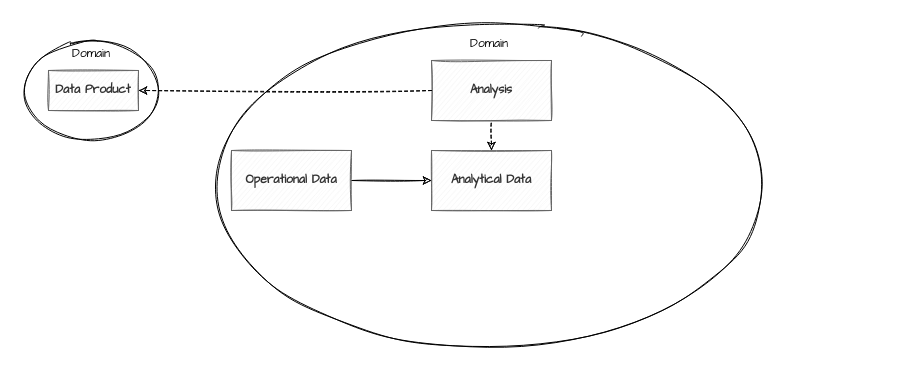
datamesh-architecture/datamesh-architecture.com keeps this draw.io diagram as diagrams/domainteamjourney_level3.drawio. Above is the earlier version. Source tidied: cells renumbered, new cells numbered last; positions are measured from the earlier drawing's top-left corner, leaving out a move shared by most shapes. Both pictures are drawn from the tidied source at 100%, with x=0, y=0 at pixel (17, 17).
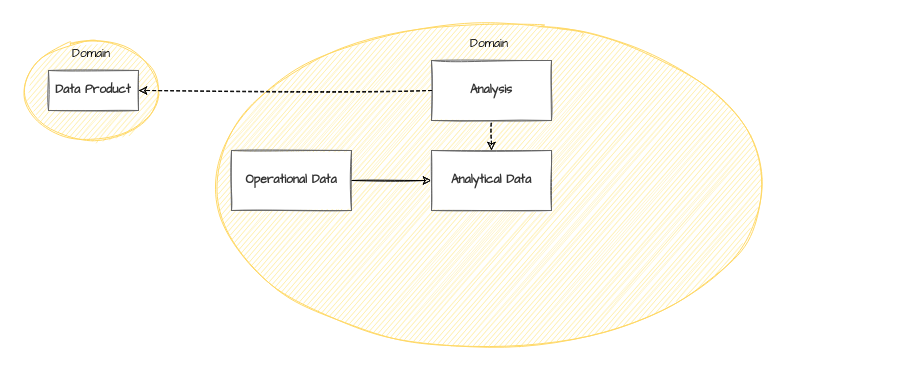
The same page after the edit.

What changed in the source:
```diff
@@
 <mxGraphModel>
   <root>
     <mxCell id="0" />
     <mxCell id="1" parent="0" />
     <mxCell id="2" style="rounded=0;whiteSpace=wrap;html=1;fillColor=none;strokeColor=none;sketch=1;fontFamily=Architects Daughter;" parent="1" vertex="1">
       <mxGeometry width="889" height="337" as="geometry" />
     </mxCell>
-    <mxCell id="3" value="Domain" style="ellipse;whiteSpace=wrap;html=1;verticalAlign=top;sketch=1;fontFamily=Architects Daughter;" parent="1" vertex="1">
+    <mxCell id="3" value="Domain" style="ellipse;whiteSpace=wrap;html=1;verticalAlign=top;sketch=1;fontFamily=Architects Daughter;strokeColor=#FFD966;fillColor=#FFEB99;" parent="1" vertex="1">
       <mxGeometry x="184" y="13" width="575.5" height="310" as="geometry" />
     </mxCell>
     <mxCell id="4" style="edgeStyle=orthogonalEdgeStyle;rounded=0;jettySize=auto;html=1;startArrow=classic;startFill=1;endArrow=none;endFill=0;exitX=0;exitY=0.5;exitDx=0;exitDy=0;sketch=1;fontFamily=Architects Daughter;" parent="1" edge="1" source="8" target="5">
       <mxGeometry relative="1" as="geometry" />
     </mxCell>
-    <mxCell id="5" value="Operational Data" style="rounded=0;whiteSpace=wrap;html=1;fillColor=#f5f5f5;fontColor=#333333;strokeColor=#666666;fontStyle=1;sketch=1;fontFamily=Architects Daughter;" parent="1" vertex="1">
+    <mxCell id="5" value="Operational Data" style="rounded=0;whiteSpace=wrap;html=1;fillColor=#FFFFFF;fontColor=#333333;strokeColor=#666666;fontStyle=1;sketch=1;fontFamily=Architects Daughter;fillStyle=solid;" parent="1" vertex="1">
       <mxGeometry x="214" y="133" width="120" height="60" as="geometry" />
     </mxCell>
-    <mxCell id="6" value="Analysis" style="rounded=0;whiteSpace=wrap;html=1;fillColor=#f5f5f5;fontColor=#333333;strokeColor=#666666;fontStyle=1;sketch=1;fontFamily=Architects Daughter;" parent="1" vertex="1">
+    <mxCell id="6" value="Analysis" style="rounded=0;whiteSpace=wrap;html=1;fillColor=#FFFFFF;fontColor=#333333;strokeColor=#666666;fontStyle=1;sketch=1;fontFamily=Architects Daughter;fillStyle=solid;" parent="1" vertex="1">
       <mxGeometry x="414" y="43" width="120" height="60" as="geometry" />
     </mxCell>
     <mxCell id="7" style="rounded=0;jettySize=auto;html=1;exitX=0.5;exitY=0;exitDx=0;exitDy=0;startArrow=classic;startFill=1;endArrow=none;endFill=0;dashed=1;sketch=1;fontFamily=Architects Daughter;" parent="1" edge="1" source="8" target="6">
       <mxGeometry relative="1" as="geometry" />
     </mxCell>
-    <mxCell id="8" value="Analytical Data" style="rounded=0;whiteSpace=wrap;html=1;fillColor=#f5f5f5;fontColor=#333333;strokeColor=#666666;fontStyle=1;sketch=1;fontFamily=Architects Daughter;" parent="1" vertex="1">
+    <mxCell id="8" value="Analytical Data" style="rounded=0;whiteSpace=wrap;html=1;fillColor=#FFFFFF;fontColor=#333333;strokeColor=#666666;fontStyle=1;sketch=1;fontFamily=Architects Daughter;fillStyle=solid;" parent="1" vertex="1">
       <mxGeometry x="414" y="133" width="120" height="60" as="geometry" />
     </mxCell>
-    <mxCell id="9" value="Domain" style="ellipse;whiteSpace=wrap;html=1;verticalAlign=top;sketch=1;fontFamily=Architects Daughter;" parent="1" vertex="1">
+    <mxCell id="9" value="Domain" style="ellipse;whiteSpace=wrap;html=1;verticalAlign=top;sketch=1;fontFamily=Architects Daughter;strokeColor=#FFD966;fillColor=#FFEB99;" parent="1" vertex="1">
       <mxGeometry x="4" y="23" width="140" height="100" as="geometry" />
     </mxCell>
-    <mxCell id="10" value="Data Product" style="rounded=0;whiteSpace=wrap;html=1;fillColor=#f5f5f5;fontColor=#333333;strokeColor=#666666;fontStyle=1;sketch=1;fontFamily=Architects Daughter;" parent="1" vertex="1">
+    <mxCell id="10" value="Data Product" style="rounded=0;whiteSpace=wrap;html=1;fillColor=#FFFFFF;fontColor=#333333;strokeColor=#666666;fontStyle=1;sketch=1;fontFamily=Architects Daughter;fillStyle=solid;" parent="1" vertex="1">
       <mxGeometry x="31" y="53" width="90" height="40" as="geometry" />
     </mxCell>
     <mxCell id="11" style="rounded=0;jettySize=auto;html=1;startArrow=none;startFill=0;endArrow=classic;endFill=1;exitX=0;exitY=0.5;exitDx=0;exitDy=0;entryX=1;entryY=0.5;entryDx=0;entryDy=0;dashed=1;sketch=1;fontFamily=Architects Daughter;" parent="1" edge="1" source="6" target="10">
       <mxGeometry relative="1" as="geometry" />
     </mxCell>
   </root>
 </mxGraphModel>
```
